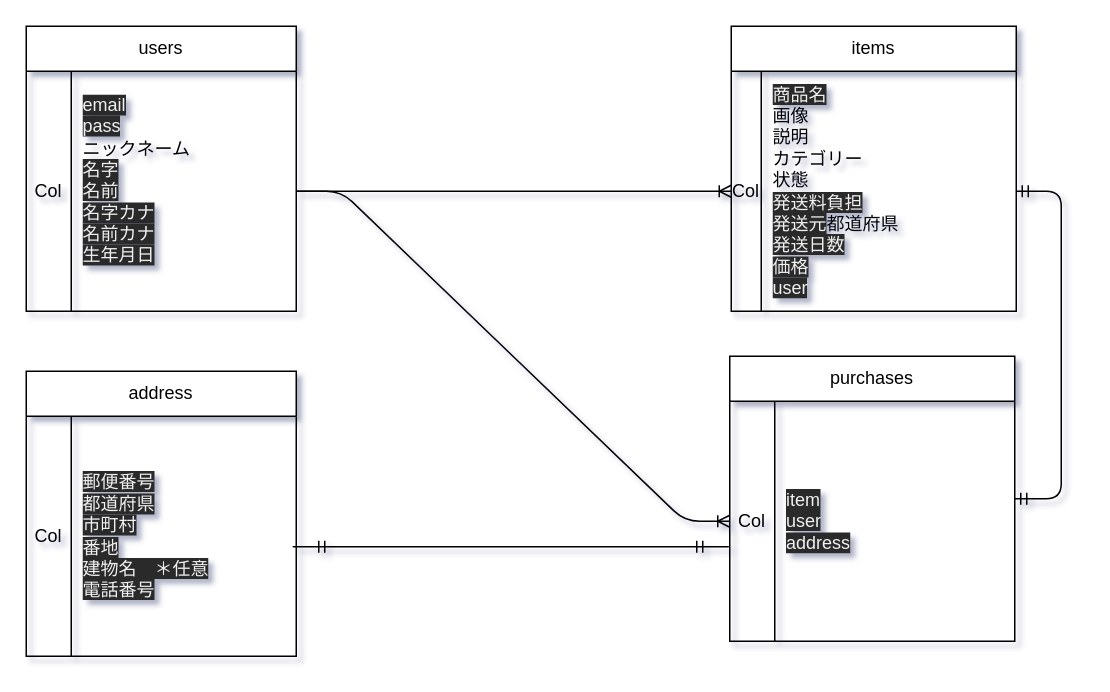
The draw.io diagram ER.dio in kei-yokoyama/furima-32630, before the edit. Source tidied: cells renumbered, new cells numbered last; positions are measured from the earlier drawing's top-left corner, leaving out a move shared by most shapes. Both pictures are drawn from the tidied source at 150%, with x=0, y=0 at pixel (26, 26).
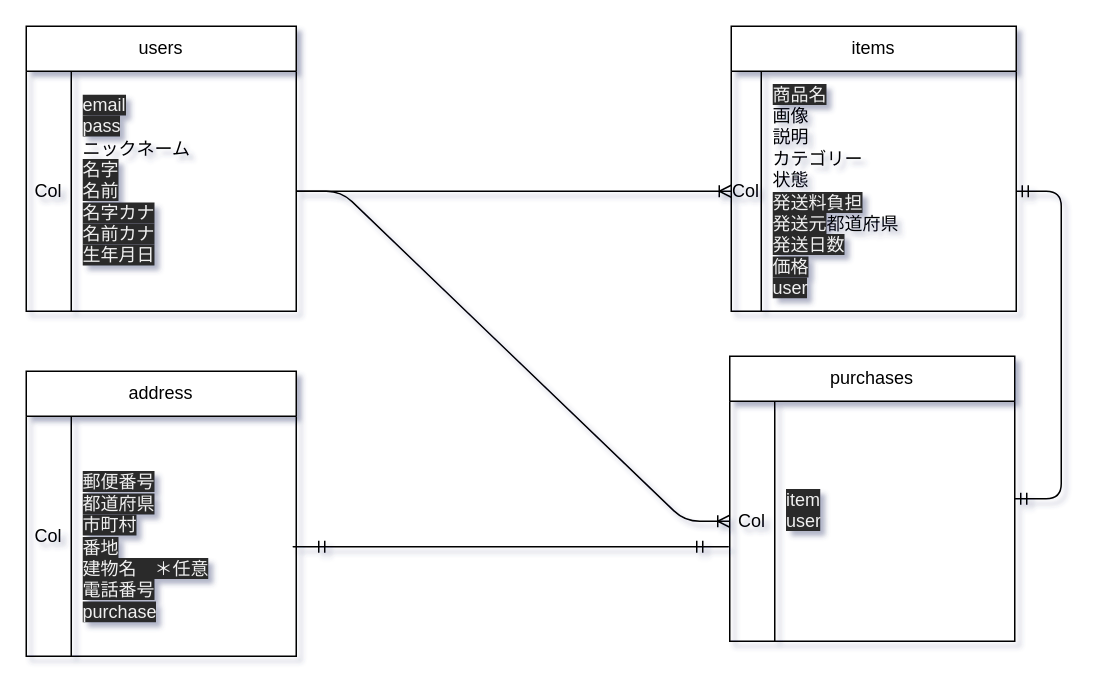
The same diagram, later.

Commit message (it also covers changes not shown here):
レビュー４　修正

Unchanged cells that the change refers to:
```xml
<mxCell id="7" style="shape=partialRectangle;html=1;whiteSpace=wrap;fillColor=none;top=0;left=0;bottom=0;right=0;points=[[0,0.5],[1,0.5]];portConstraint=eastwest;" parent="6" vertex="1">
  <mxGeometry y="30" width="190" height="160" as="geometry" />
</mxCell>
<mxCell id="15" style="shape=partialRectangle;html=1;whiteSpace=wrap;fillColor=none;top=0;left=0;bottom=0;right=0;" parent="14" vertex="1">
  <mxGeometry y="30" width="180" height="160" as="geometry" />
</mxCell>
```

The edit, as a diff of the source:
```diff
@@
-    <mxCell id="9" value="&lt;span style=&quot;color: rgb(240 , 240 , 240) ; font-family: &amp;#34;helvetica&amp;#34; ; font-size: 12px ; font-style: normal ; font-weight: 400 ; letter-spacing: normal ; text-indent: 0px ; text-transform: none ; word-spacing: 0px ; background-color: rgb(42 , 42 , 42)&quot;&gt;item&lt;br&gt;user&lt;br&gt;&lt;/span&gt;&lt;span style=&quot;color: rgb(240 , 240 , 240) ; font-family: &amp;#34;helvetica&amp;#34; ; font-size: 12px ; font-style: normal ; font-weight: 400 ; letter-spacing: normal ; text-indent: 0px ; text-transform: none ; word-spacing: 0px ; background-color: rgb(42 , 42 , 42)&quot;&gt;address&lt;br&gt;&lt;/span&gt;" style="shape=partialRectangle;html=1;whiteSpace=wrap;fillColor=none;top=0;left=0;bottom=0;right=0;align=left;spacingLeft=6;overflow=hidden;" parent="7" vertex="1">
+    <mxCell id="9" value="&lt;span style=&quot;color: rgb(240 , 240 , 240) ; font-family: &amp;#34;helvetica&amp;#34; ; font-size: 12px ; font-style: normal ; font-weight: 400 ; letter-spacing: normal ; text-indent: 0px ; text-transform: none ; word-spacing: 0px ; background-color: rgb(42 , 42 , 42)&quot;&gt;item&lt;br&gt;user&lt;br&gt;&lt;/span&gt;&lt;span style=&quot;color: rgb(240 , 240 , 240) ; font-family: &amp;#34;helvetica&amp;#34; ; font-size: 12px ; font-style: normal ; font-weight: 400 ; letter-spacing: normal ; text-indent: 0px ; text-transform: none ; word-spacing: 0px ; background-color: rgb(42 , 42 , 42)&quot;&gt;&lt;br&gt;&lt;/span&gt;" style="shape=partialRectangle;html=1;whiteSpace=wrap;fillColor=none;top=0;left=0;bottom=0;right=0;align=left;spacingLeft=6;overflow=hidden;" parent="7" vertex="1">
       <mxGeometry x="30" width="160" height="160" as="geometry" />
     </mxCell>
@@
-    <mxCell id="17" value="&lt;span style=&quot;color: rgb(240 , 240 , 240) ; font-family: &amp;#34;helvetica&amp;#34; ; font-size: 12px ; font-style: normal ; font-weight: 400 ; letter-spacing: normal ; text-indent: 0px ; text-transform: none ; word-spacing: 0px ; background-color: rgb(42 , 42 , 42)&quot;&gt;&lt;br&gt;郵便番号&lt;br&gt;都道府県&lt;br&gt;市町村&lt;br&gt;番地&lt;br&gt;建物名　＊任意&lt;br&gt;電話番号&lt;br&gt;&lt;br&gt;&lt;/span&gt;" style="shape=partialRectangle;html=1;whiteSpace=wrap;fillColor=none;top=0;left=0;bottom=0;right=0;align=left;spacingLeft=6;overflow=hidden;" parent="15" vertex="1">
+    <mxCell id="17" value="&lt;span style=&quot;color: rgb(240 , 240 , 240) ; font-family: &amp;#34;helvetica&amp;#34; ; font-size: 12px ; font-style: normal ; font-weight: 400 ; letter-spacing: normal ; text-indent: 0px ; text-transform: none ; word-spacing: 0px ; background-color: rgb(42 , 42 , 42)&quot;&gt;&lt;br&gt;郵便番号&lt;br&gt;都道府県&lt;br&gt;市町村&lt;br&gt;番地&lt;br&gt;建物名　＊任意&lt;br&gt;電話番号&lt;br&gt;purchase&lt;br&gt;&lt;/span&gt;" style="shape=partialRectangle;html=1;whiteSpace=wrap;fillColor=none;top=0;left=0;bottom=0;right=0;align=left;spacingLeft=6;overflow=hidden;" parent="15" vertex="1">
       <mxGeometry x="30" width="150" height="160" as="geometry" />
     </mxCell>
```
